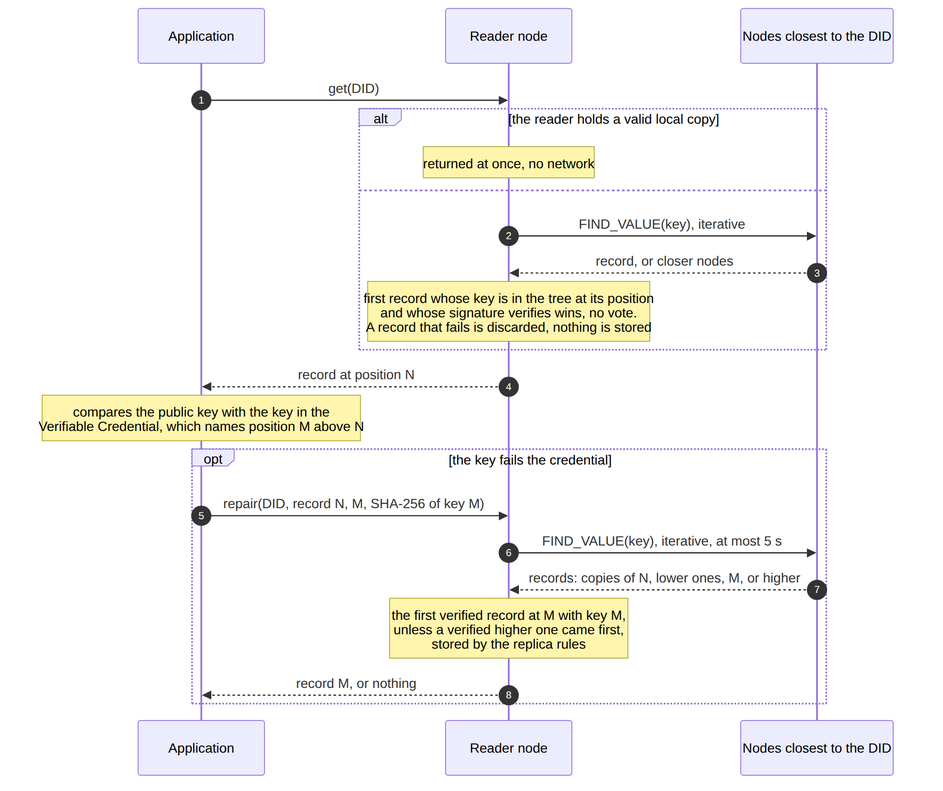
Earlier version of the Mermaid export docs/design/get.png (fratrung/auth-kademlia-rs). Its source is kept beside it as docs/design/get.mmd.
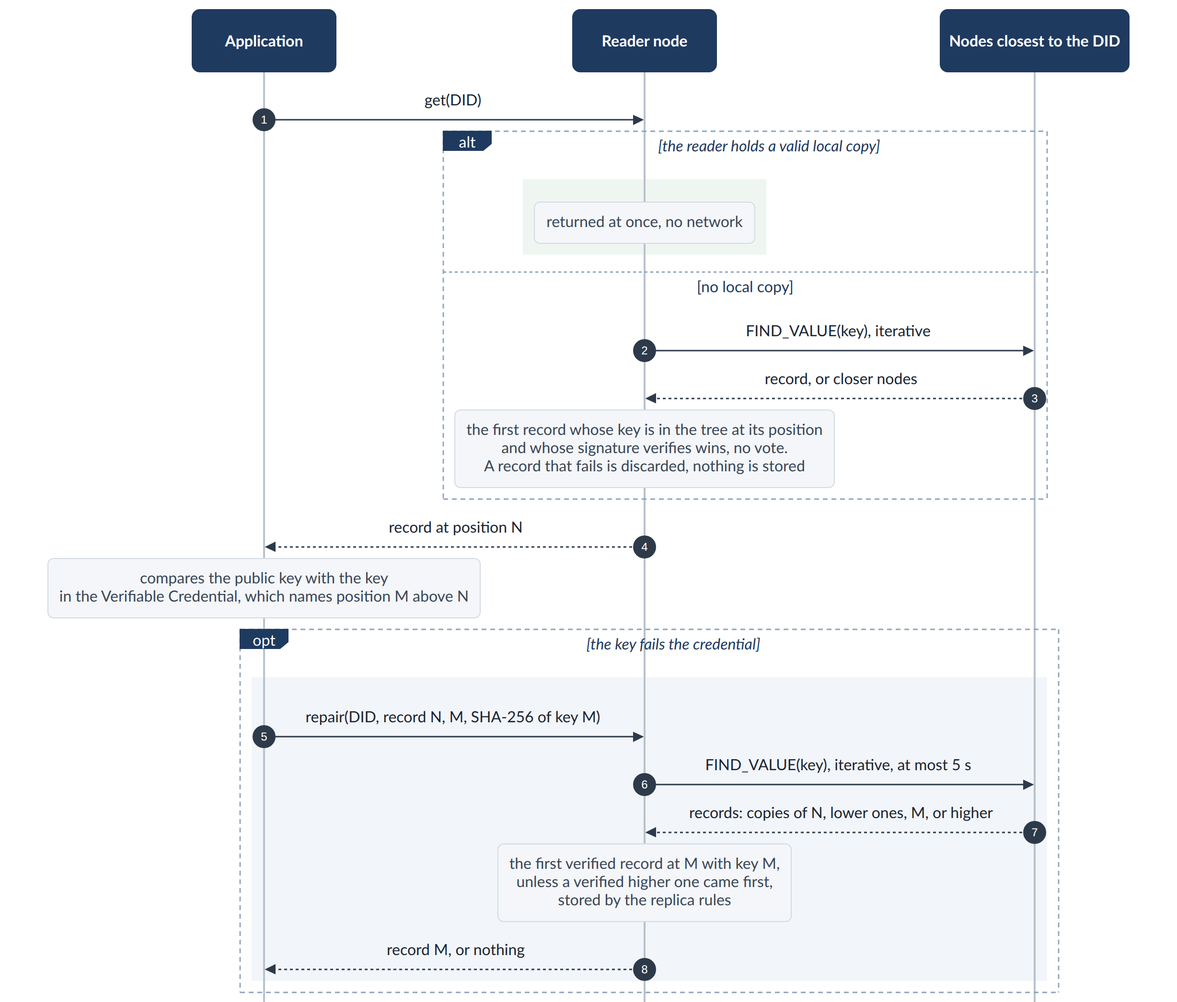
After the commit.

Diff of the diagram source:
```diff
@@ -5,18 +5,22 @@
     participant N as Nodes closest to the DID
     A->>V: get(DID)
     alt the reader holds a valid local copy
+        rect rgba(47, 143, 78, 0.08)
         Note over V: returned at once, no network
-    else
+        end
+    else no local copy
         V->>N: FIND_VALUE(key), iterative
         N-->>V: record, or closer nodes
-        Note over V: first record whose key is in the tree at its position<br/>and whose signature verifies wins, no vote.<br/>A record that fails is discarded, nothing is stored
+        Note over V: the first record whose key is in the tree at its position<br/>and whose signature verifies wins, no vote.<br/>A record that fails is discarded, nothing is stored
     end
     V-->>A: record at position N
-    Note over A: compares the public key with the key in the<br/>Verifiable Credential, which names position M above N
+    Note over A: compares the public key with the key<br/>in the Verifiable Credential, which names position M above N
     opt the key fails the credential
+        rect rgba(91, 127, 174, 0.08)
         A->>V: repair(DID, record N, M, SHA-256 of key M)
         V->>N: FIND_VALUE(key), iterative, at most 5 s
         N-->>V: records: copies of N, lower ones, M, or higher
         Note over V: the first verified record at M with key M,<br/>unless a verified higher one came first,<br/>stored by the replica rules
         V-->>A: record M, or nothing
+        end
     end
```
